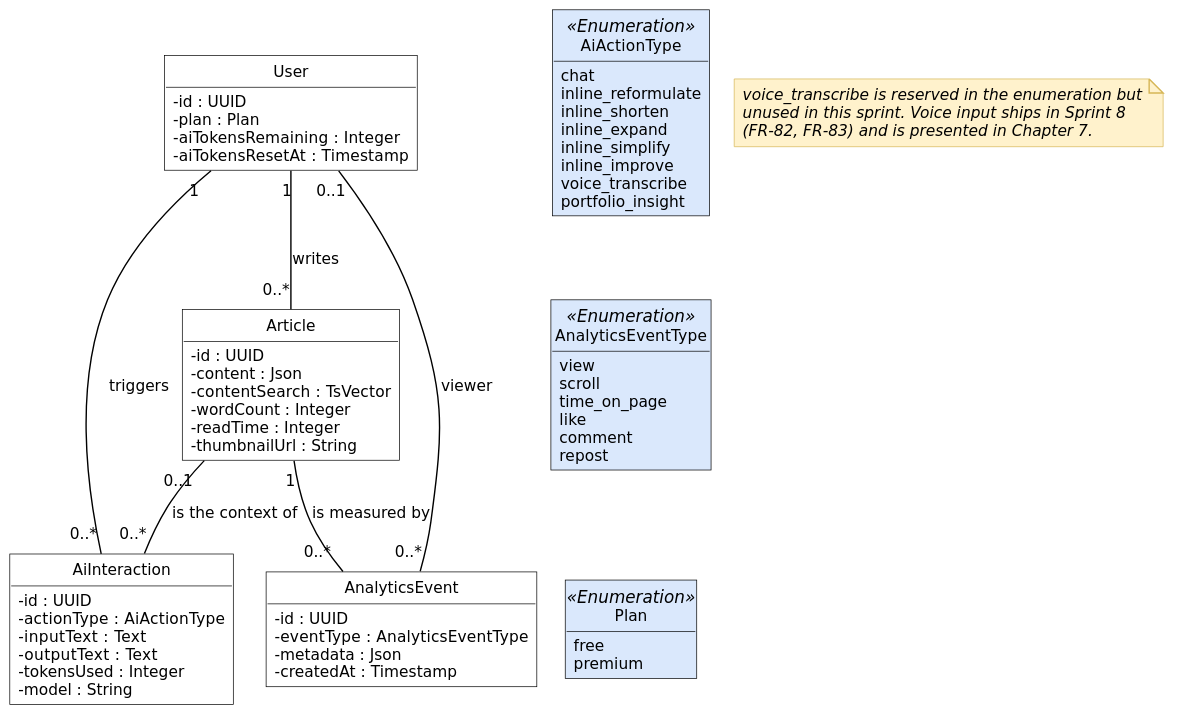
This is diagrams/fig-4-5-classes-sprint-2/fig-4-5-classes-sprint-2.svg from inkwell-dev/spec.inkwell.ai, a PlantUML export, as it was before one commit. The source it was exported from:
```plantuml
@startuml
!include ../_style.puml
skinparam nodesep 18
skinparam ranksep 45
hide circle
hide methods

class User {
  - id : UUID
  - plan : Plan
  - aiTokensRemaining : Integer
  - aiTokensResetAt : Timestamp
}
class Article {
  - id : UUID
  - content : Json
  - contentSearch : TsVector
  - wordCount : Integer
  - readTime : Integer
  - thumbnailUrl : String
}
class AiInteraction {
  - id : UUID
  - actionType : AiActionType
  - inputText : Text
  - outputText : Text
  - tokensUsed : Integer
  - model : String
}
class AnalyticsEvent {
  - id : UUID
  - eventType : AnalyticsEventType
  - metadata : Json
  - createdAt : Timestamp
}

class AiActionType <<Enumeration>> {
  chat
  inline_reformulate
  inline_shorten
  inline_expand
  inline_simplify
  inline_improve
  voice_transcribe
  portfolio_insight
}
class AnalyticsEventType <<Enumeration>> {
  view
  scroll
  time_on_page
  like
  comment
  repost
}
class Plan <<Enumeration>> {
  free
  premium
}

User "1" -- "0..*" Article : writes
User "1" -- "0..*" AiInteraction : triggers
Article "0..1" -- "0..*" AiInteraction : is the context of
Article "1" -- "0..*" AnalyticsEvent : is measured by
User "0..1" -- "0..*" AnalyticsEvent : viewer

note as N1
  voice_transcribe is reserved in the enumeration but
  unused in this sprint. Voice input ships in Sprint 8
  (FR-82, FR-83) and is presented in Chapter 7.
end note

AiActionType -[hidden]down- AnalyticsEventType
AnalyticsEventType -[hidden]down- Plan
@enduml
```
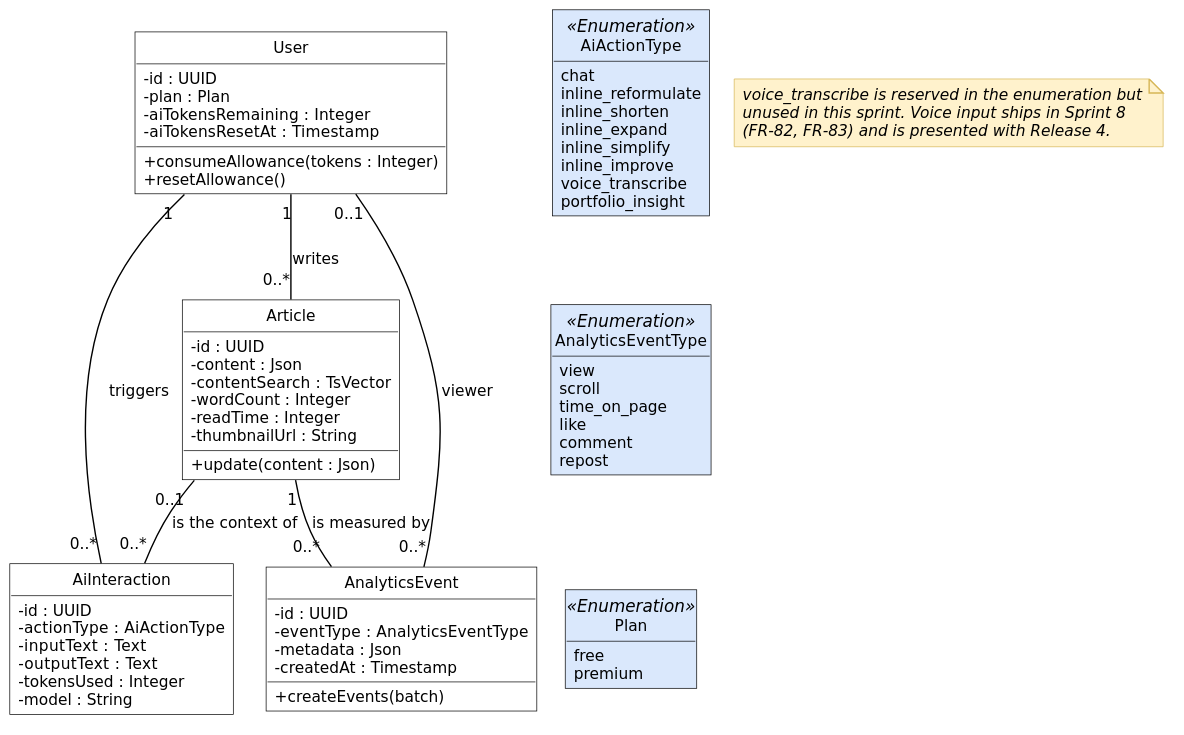
After the change.

The edit, as a diff of the source:
```diff
@@ -3,13 +3,15 @@
 skinparam nodesep 18
 skinparam ranksep 45
 hide circle
-hide methods
+hide empty methods
 
 class User {
   - id : UUID
   - plan : Plan
   - aiTokensRemaining : Integer
   - aiTokensResetAt : Timestamp
+  + consumeAllowance(tokens : Integer)
+  + resetAllowance()
 }
 class Article {
   - id : UUID
@@ -18,6 +20,7 @@
   - wordCount : Integer
   - readTime : Integer
   - thumbnailUrl : String
+  + update(content : Json)
 }
 class AiInteraction {
   - id : UUID
@@ -32,6 +35,7 @@
   - eventType : AnalyticsEventType
   - metadata : Json
   - createdAt : Timestamp
+  + createEvents(batch)
 }
 
 class AiActionType <<Enumeration>> {
@@ -66,7 +70,7 @@
 note as N1
   voice_transcribe is reserved in the enumeration but
   unused in this sprint. Voice input ships in Sprint 8
-  (FR-82, FR-83) and is presented in Chapter 7.
+  (FR-82, FR-83) and is presented with Release 4.
 end note
 
 AiActionType -[hidden]down- AnalyticsEventType
```
